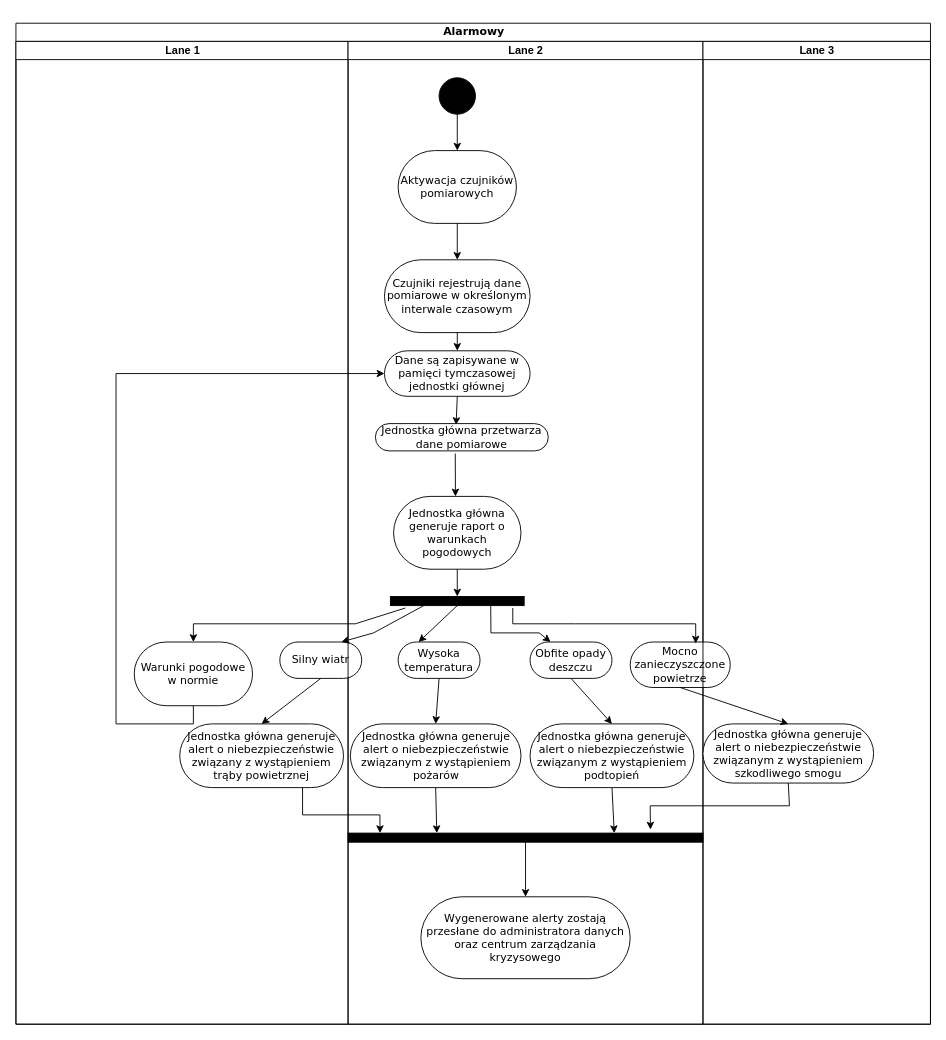
zawoj/Wbudowane keeps this draw.io diagram as offline.drawio. Above is the earlier version. Source tidied: cells renumbered, new cells numbered last; positions are measured from the earlier drawing's top-left corner, leaving out a move shared by most shapes. Both pictures are drawn from the tidied source at 91%, with x=0, y=0 at pixel (15, 23).
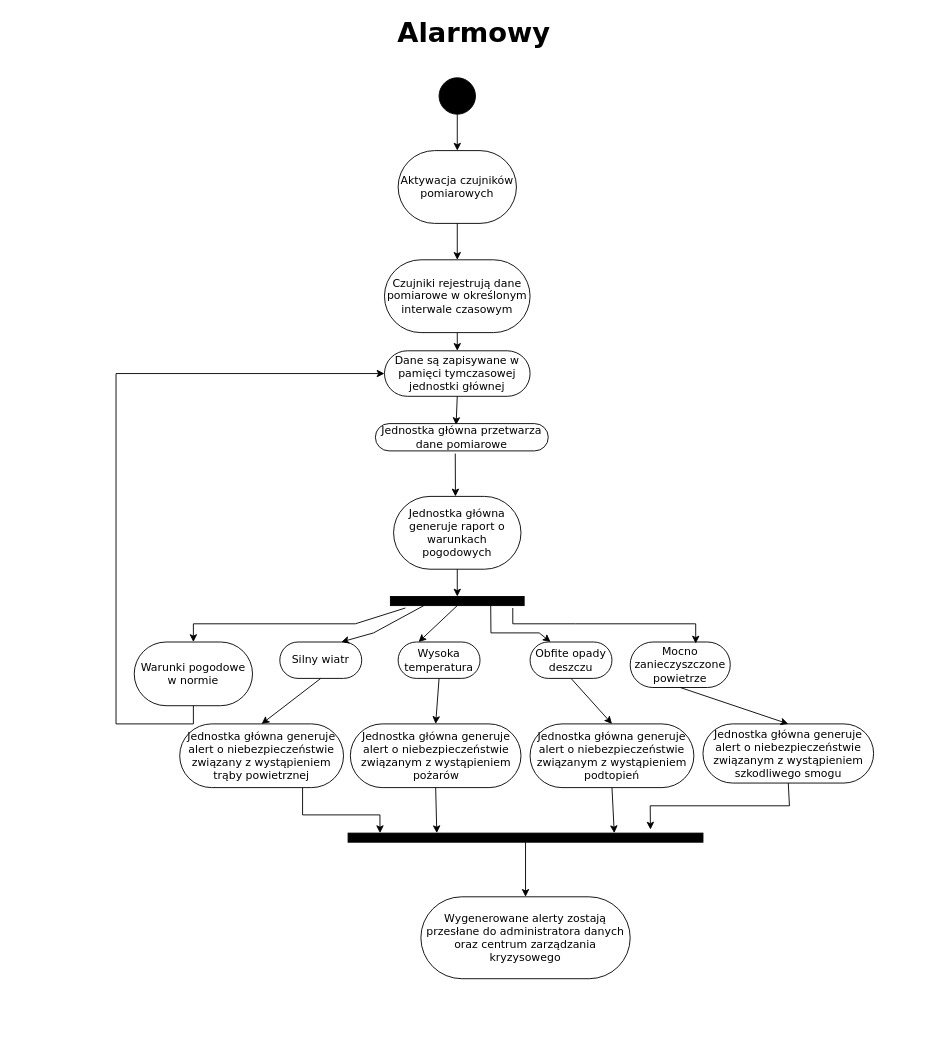
The same diagram, later.

Commit message:
offline better styles

Diff of the diagram source:
```diff
@@
-    <mxCell id="2" value="Alarmowy" style="swimlane;html=1;startSize=20;rounded=0;shadow=0;comic=0;labelBackgroundColor=none;strokeWidth=1;fontFamily=Verdana;fontSize=12;align=center;" parent="1" vertex="1">
+    <mxCell id="2" value="&lt;font style=&quot;font-size: 30px;&quot;&gt;Alarmowy&lt;/font&gt;" style="swimlane;html=1;startSize=20;rounded=0;shadow=0;comic=0;labelBackgroundColor=none;strokeWidth=1;fontFamily=Verdana;fontSize=12;align=center;strokeColor=none;fillColor=none;" parent="1" vertex="1">
       <mxGeometry width="1005" height="1100" as="geometry" />
     </mxCell>
-    <mxCell id="3" value="Lane 1" style="swimlane;html=1;startSize=20;" parent="2" vertex="1">
+    <mxCell id="3" style="swimlane;html=1;startSize=20;strokeColor=none;fillColor=none;" parent="2" vertex="1">
       <mxGeometry y="20" width="365" height="1080" as="geometry" />
     </mxCell>
@@
-    <mxCell id="8" value="Lane 2" style="swimlane;html=1;startSize=20;" parent="2" vertex="1">
+    <mxCell id="8" style="swimlane;html=1;startSize=20;fillColor=none;strokeColor=none;" parent="2" vertex="1">
       <mxGeometry x="365" y="20" width="390" height="1080" as="geometry" />
     </mxCell>
@@
-    <mxCell id="37" value="Lane 3" style="swimlane;html=1;startSize=20;" parent="2" vertex="1">
+    <mxCell id="37" style="swimlane;html=1;startSize=20;fillColor=none;strokeColor=none;" parent="2" vertex="1">
       <mxGeometry x="755" y="20" width="250" height="1080" as="geometry" />
     </mxCell>
```
